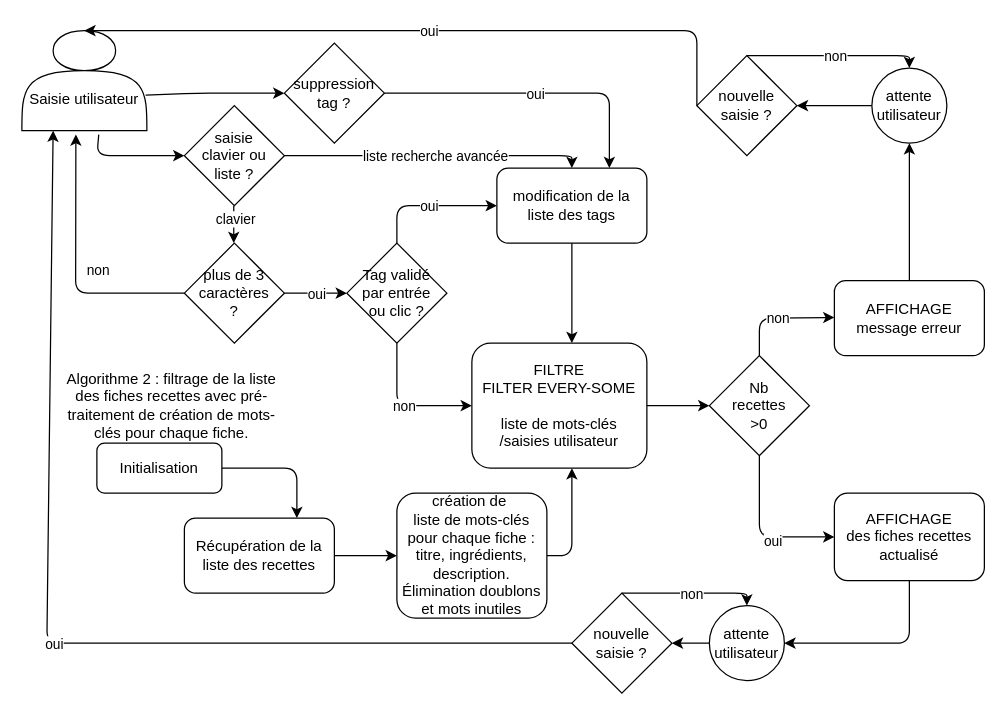
Above: bench_tests/algorithme2.drawio in TangiLC/P7_PetitsPlats (draw.io), before the change. Source tidied: cells renumbered, new cells numbered last; positions are measured from the earlier drawing's top-left corner, leaving out a move shared by most shapes. Both pictures are drawn from the tidied source at 125%, with x=0, y=0 at pixel (21, 30).
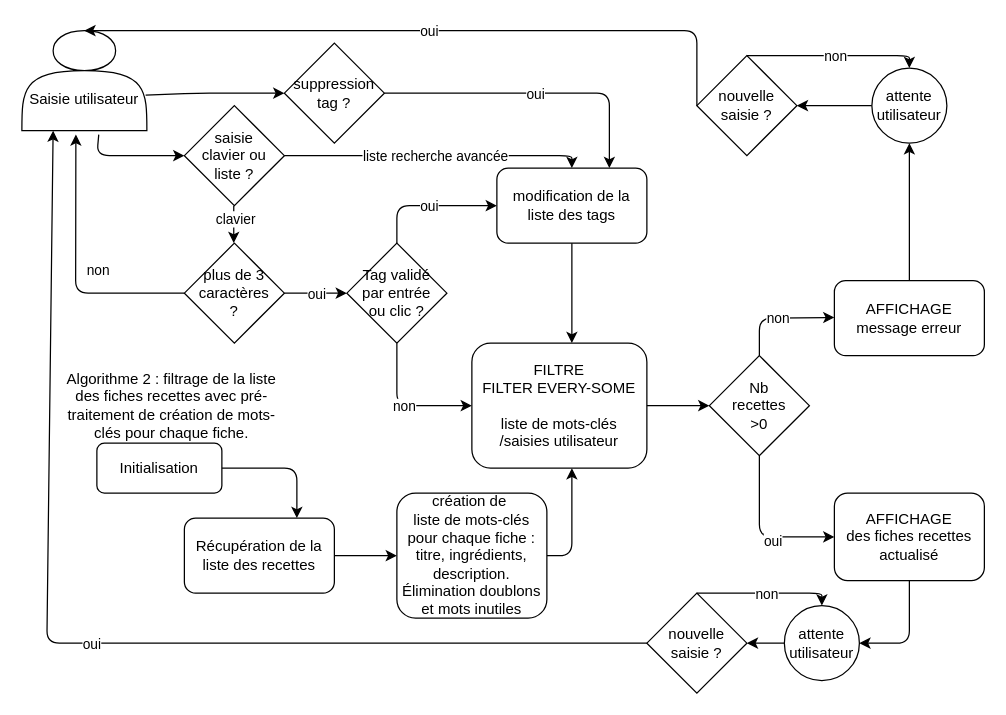
Above is the later version.

The edit, as a diff of the source:
```diff
@@
     <mxCell id="42" value="nouvelle&lt;br&gt;saisie ?" style="rhombus;whiteSpace=wrap;html=1;" parent="1" vertex="1">
-      <mxGeometry x="440" y="450" width="80" height="80" as="geometry" />
+      <mxGeometry x="500" y="450" width="80" height="80" as="geometry" />
     </mxCell>
@@
     <mxCell id="46" value="attente&lt;br&gt;utilisateur" style="ellipse;whiteSpace=wrap;html=1;" parent="1" vertex="1">
-      <mxGeometry x="550" y="460" width="60" height="60" as="geometry" />
+      <mxGeometry x="610" y="460" width="60" height="60" as="geometry" />
     </mxCell>
-    <mxCell id="47" style="endArrow=classic;html=1;exitX=0.5;exitY=0;exitDx=0;exitDy=0;entryX=0.5;entryY=0;entryDx=0;entryDy=0;" parent="1" edge="1" source="42" target="46">
+    <mxCell id="47" style="endArrow=classic;html=1;exitX=0.5;exitY=0;exitDx=0;exitDy=0;" parent="1" edge="1" source="42">
       <mxGeometry relative="1" as="geometry">
+        <mxPoint x="640" y="460" as="targetPoint" />
         <Array as="points">
           <mxPoint x="580" y="450" />
+          <mxPoint x="640" y="450" />
         </Array>
       </mxGeometry>
     </mxCell>
```
